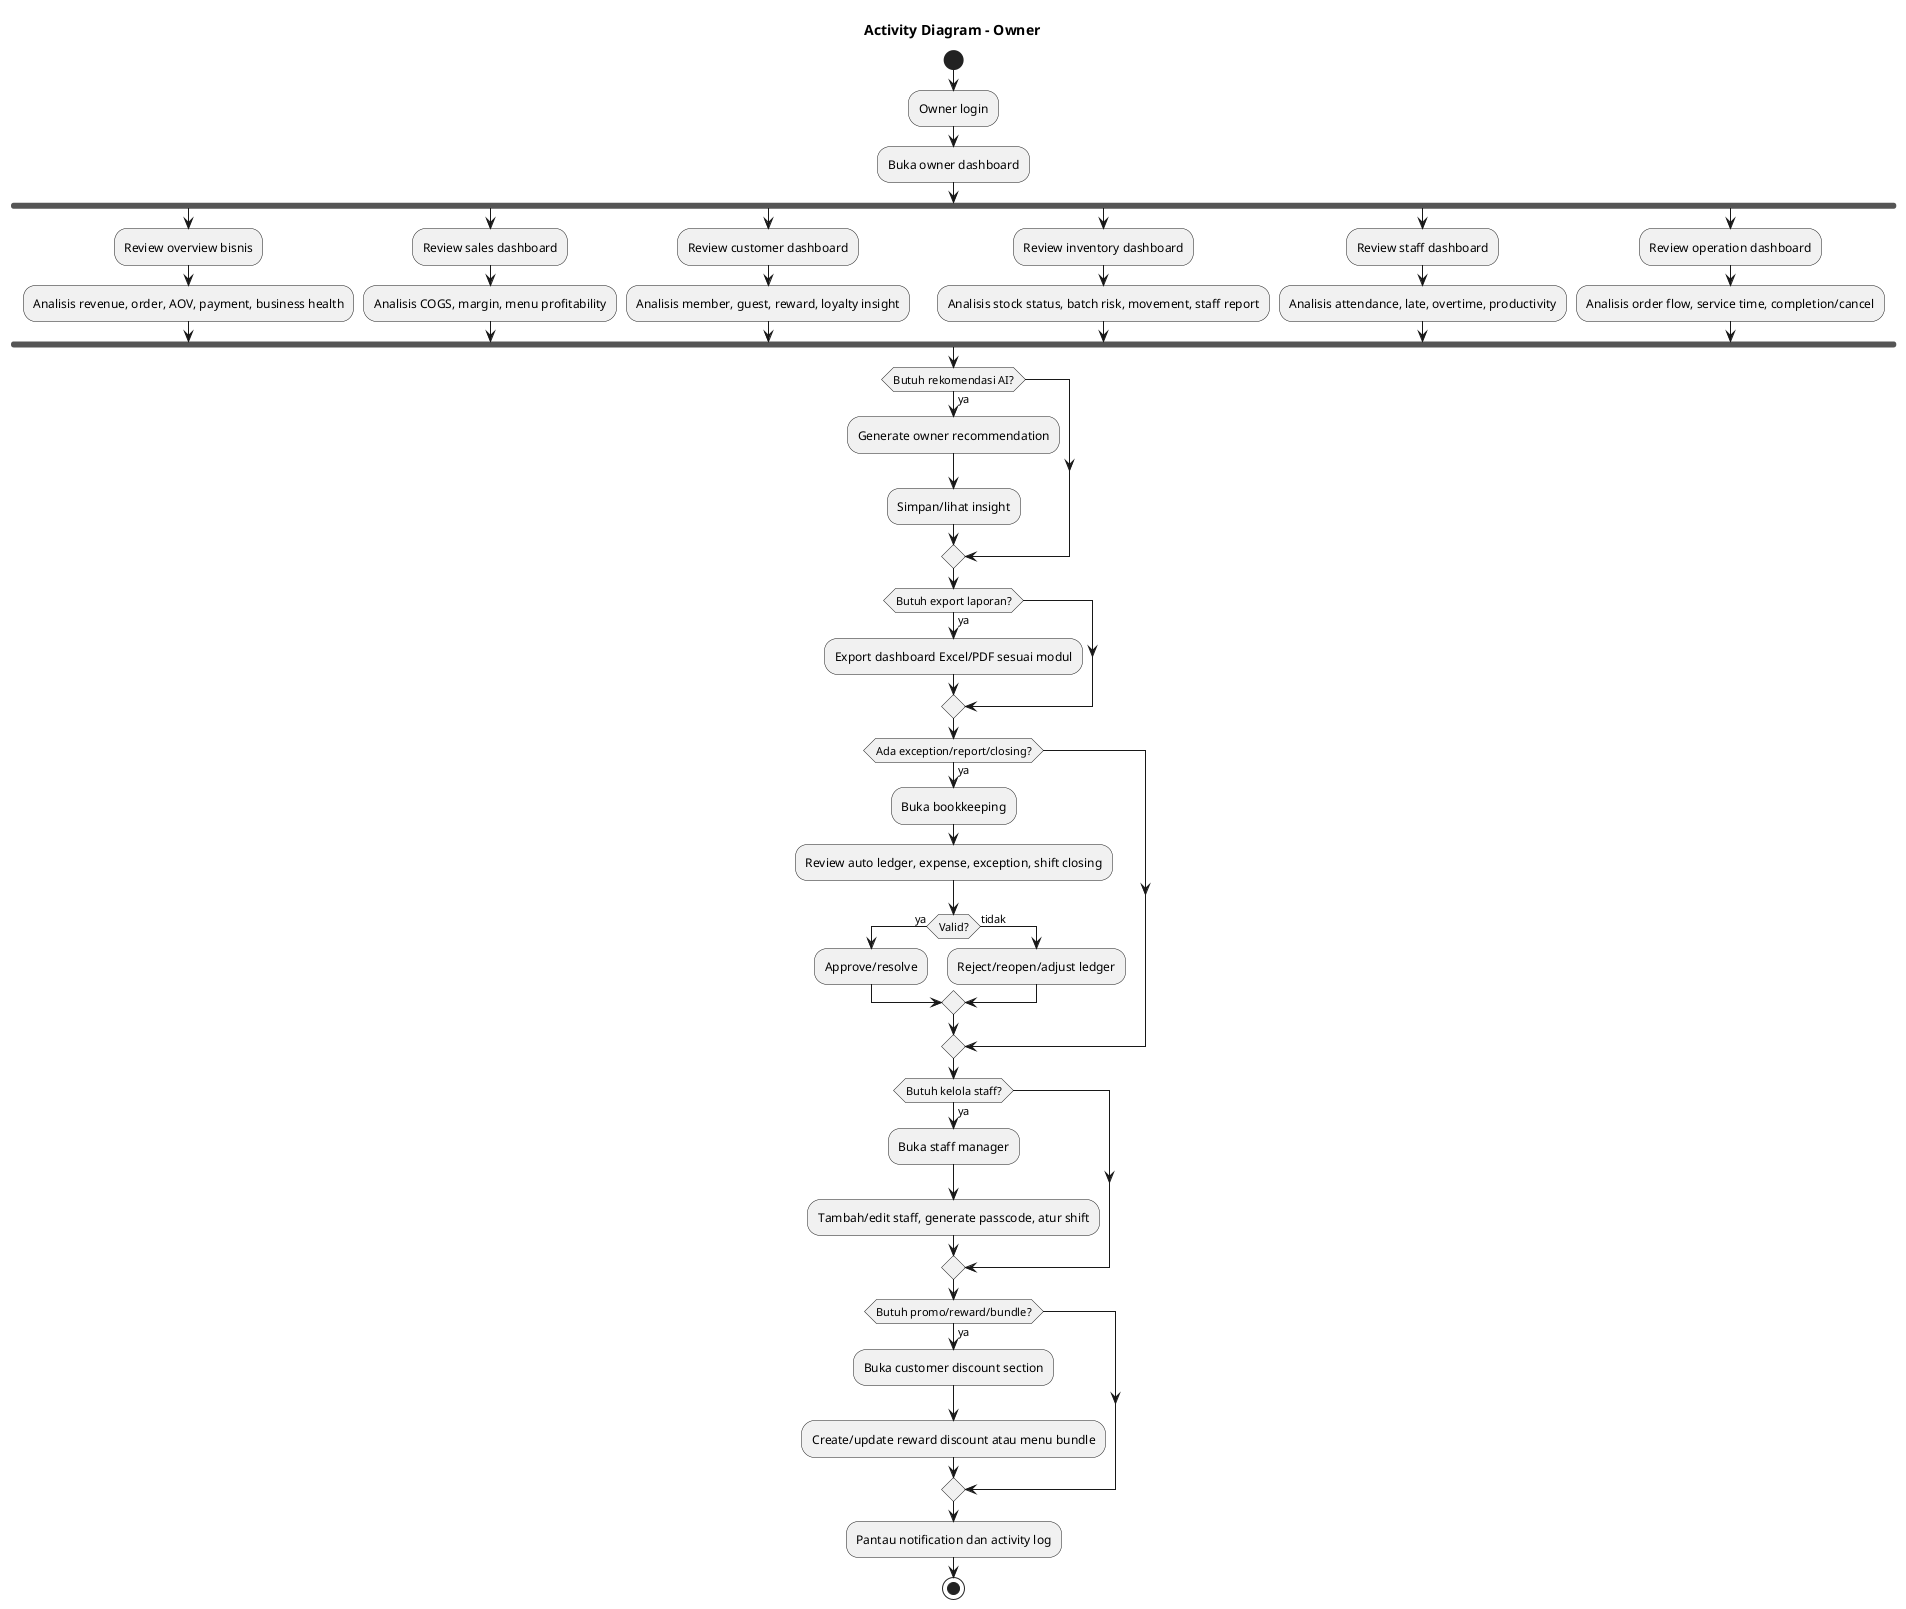
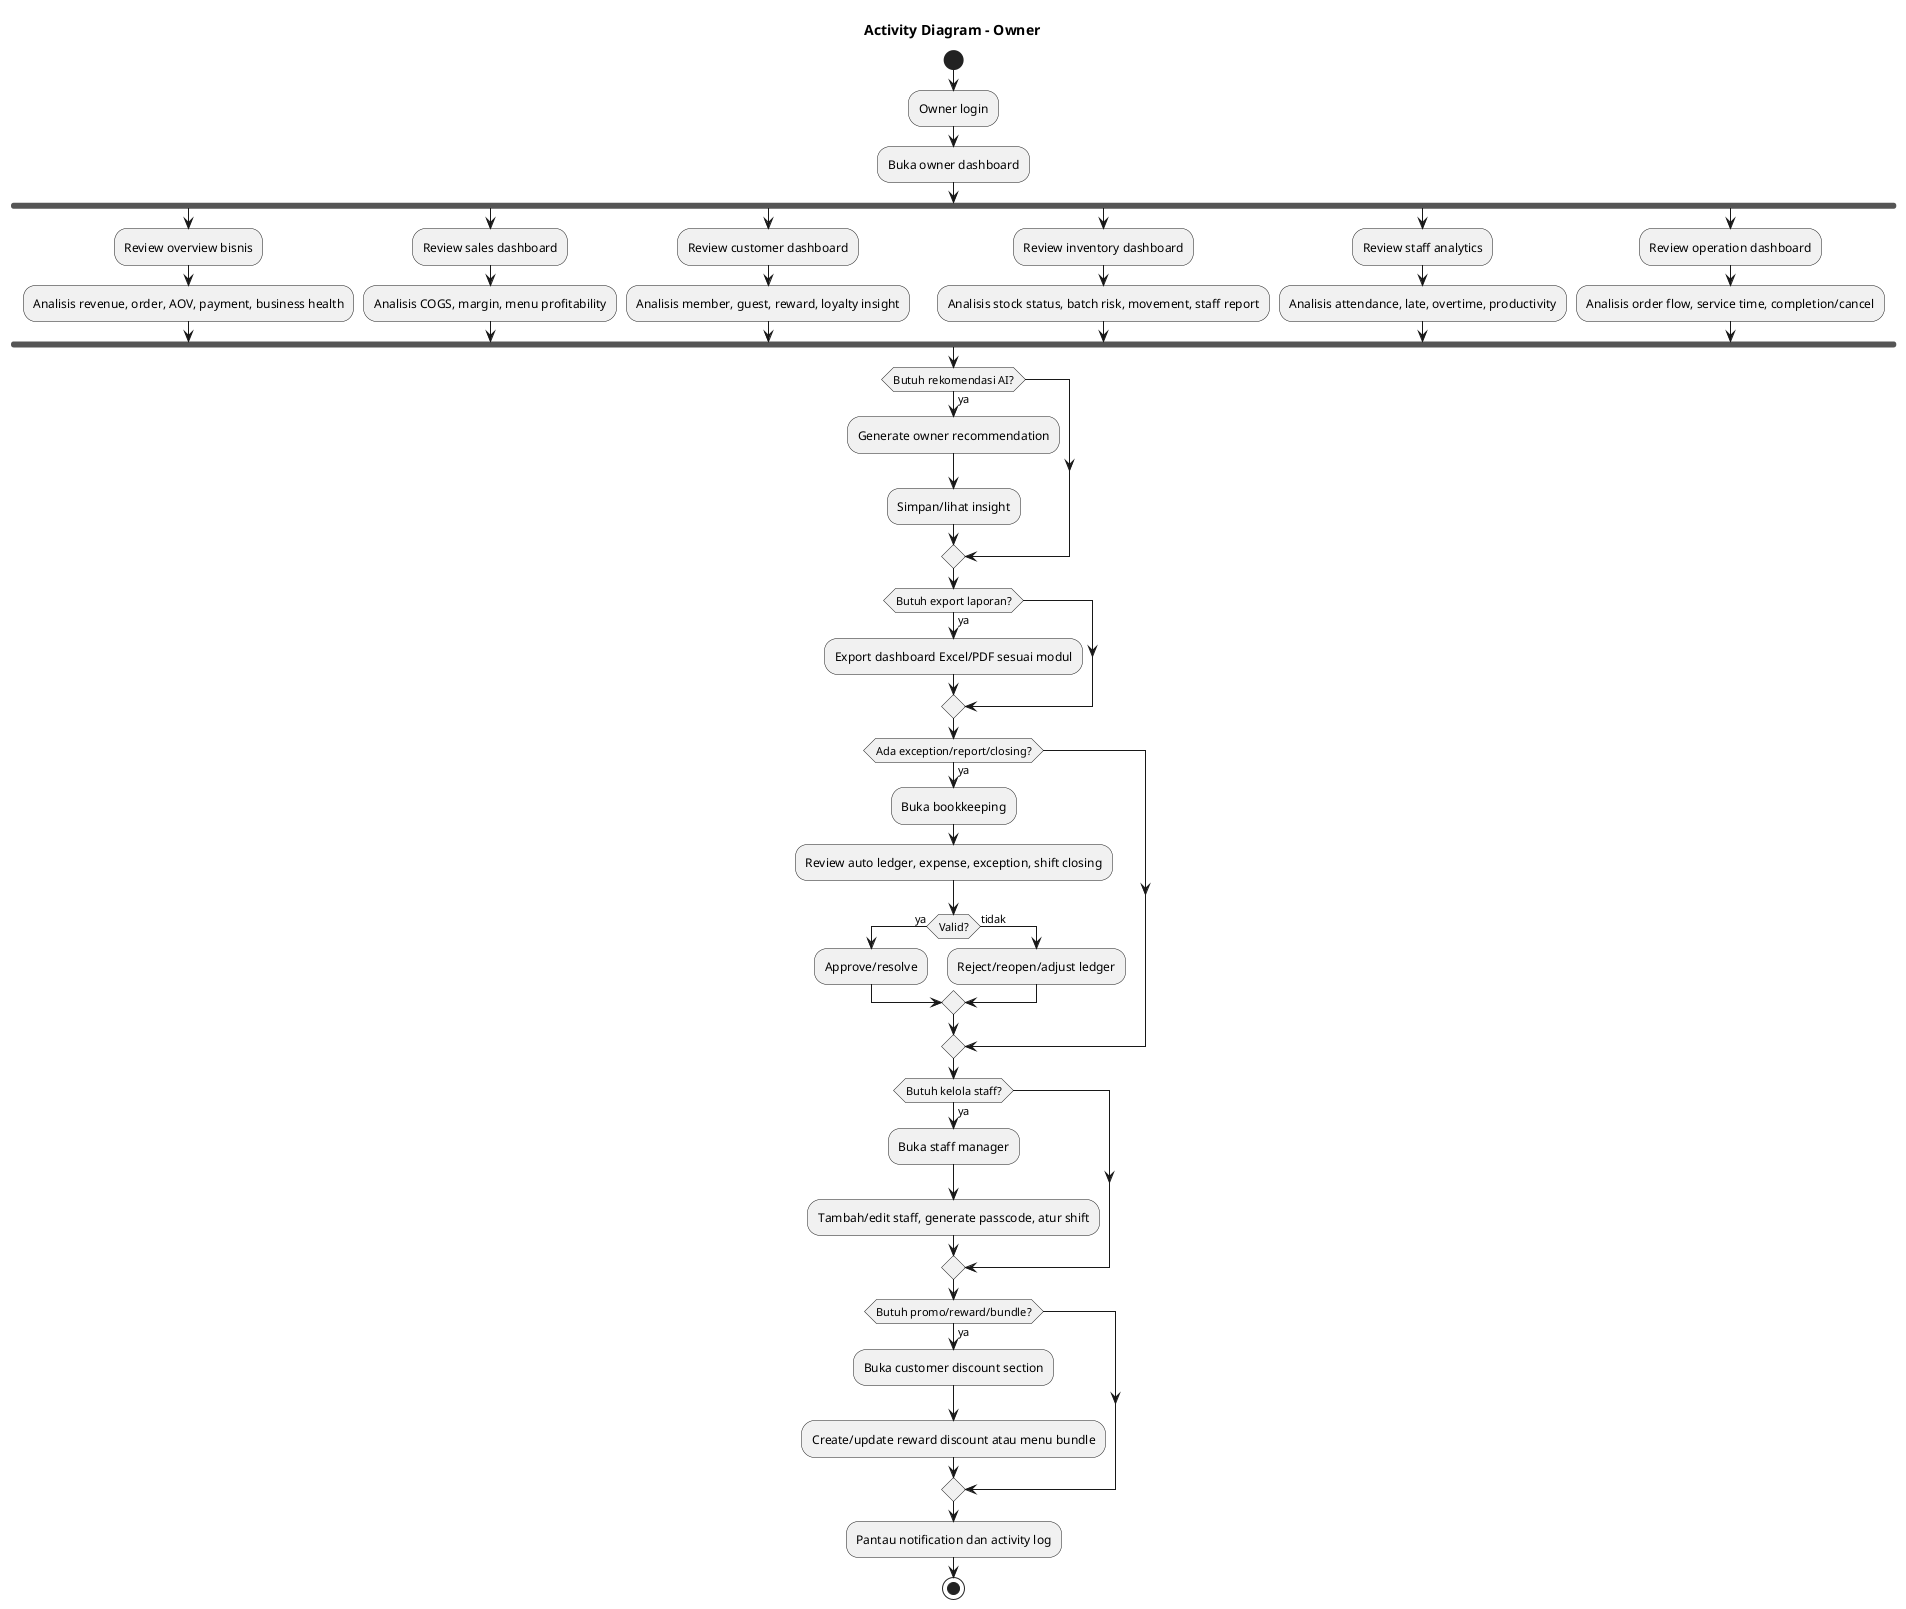
@startuml
title Activity Diagram - Owner

start
:Owner login;
:Buka owner dashboard;
fork
  :Review overview bisnis;
  :Analisis revenue, order, AOV, payment, business health;
fork again
  :Review sales dashboard;
  :Analisis COGS, margin, menu profitability;
fork again
  :Review customer dashboard;
  :Analisis member, guest, reward, loyalty insight;
fork again
  :Review inventory dashboard;
  :Analisis stock status, batch risk, movement, staff report;
fork again
-   :Review staff dashboard;
+   :Review staff analytics;
  :Analisis attendance, late, overtime, productivity;
fork again
  :Review operation dashboard;
  :Analisis order flow, service time, completion/cancel;
end fork

if (Butuh rekomendasi AI?) then (ya)
  :Generate owner recommendation;
  :Simpan/lihat insight;
endif

if (Butuh export laporan?) then (ya)
  :Export dashboard Excel/PDF sesuai modul;
endif

if (Ada exception/report/closing?) then (ya)
  :Buka bookkeeping;
  :Review auto ledger, expense, exception, shift closing;
  if (Valid?) then (ya)
    :Approve/resolve;
  else (tidak)
    :Reject/reopen/adjust ledger;
  endif
endif

if (Butuh kelola staff?) then (ya)
  :Buka staff manager;
  :Tambah/edit staff, generate passcode, atur shift;
endif

if (Butuh promo/reward/bundle?) then (ya)
  :Buka customer discount section;
  :Create/update reward discount atau menu bundle;
endif

:Pantau notification dan activity log;
stop
@enduml

@startuml
title Activity Diagram - Manager

start
:Manager login;
:Buka fitur operasional manager;

fork
  :Kelola menu;
  :CRUD kategori dan produk;
  :Atur variant group/option;
  :Upload foto menu;
fork again
  :Kelola inventory;
  :Tambah/update raw material;
  :Restock batch dengan supplier, expiry, receipt;
  if (Ada koreksi stok?) then (ya)
    :Input stock adjustment dengan alasan;
    :Catat usage transaction dan batch movement;
  endif
  :Atur recipe dan variant recipe adjustment;
  :Review usage history;
  :Review stock reports dari staff;
fork again
  :Kelola order;
  :Pantau order aktif;
  :Update status order/order item;
  if (Ada koreksi order?) then (ya)
    :Buat correction/cancel/refund;
    :Catat order_corrections dan adjustment bila perlu;
    :Catat exception/activity log;
  endif
fork again
  :Kelola table/floor;
  :CRUD floor dan meja;
  :Generate/regenerate QR table;
  :Update status/posisi meja;
fork again
-   :Kelola staff/reward/bookkeeping operations;
+   :Kelola staff dan closing;
  :Pantau staff dan attendance;
-   :Kelola reward bila diperlukan;
-   :Lihat shift closing/expense operational;
+   :Atur opening cash dan closing float;
+   :Review shift closing dan expense operational;
end fork

:Pantau manager notification;
stop
@enduml

@startuml
title Activity Diagram - Staff

start
:Staff login dengan passcode;
:Buka fitur operasional staff;

if (Mulai shift?) then (ya)
  :Clock in / presensi;
endif

if (Role kasir/barista menerima order langsung?) then (ya)
  :Buka POS;
  :Pilih product dan variant;
  :Buat order;
  :Proses payment;
  :Simpan orders, order_items, payment_transactions;
endif

:Buka order board;
:Pantau order aktif;
if (Ada cancel/refund/koreksi pesanan?) then (ya)
  :Ajukan order correction;
  :Catat order_corrections dan activity log;
endif
if (Item sudah dibuat?) then (ya)
  :Update item/order status;
  :Catat ready_at/served_at;
endif

if (Order selesai dan perlu deduct stock?) then (ya)
  :Generate usage_transactions;
  :Generate usage_transaction_details;
  :Update inventory atau kitchen ready stock sesuai recipe;
endif

if (Role kitchen/barista stock check?) then (ya)
  :Buka stock check/kitchen station;
  if (Butuh move to kitchen?) then (ya)
    :Pilih batch master inventory;
    :Move to kitchen;
    :Update inventory_batches dan inventory_items;
    :Insert kitchen_station_batches dan kitchen_station_movements;
  endif
  if (Butuh opened ingredient?) then (ya)
    :Open ingredient untuk bahan bulk/informal;
    :Catat kitchen_station_movements dan usage history;
  endif
  if (Ada waste/used up/report?) then (ya)
    :Submit stock report;
    :Mark waste atau mark used up;
    :Insert stock_reports dan movement terkait;
  endif
  if (Testing food/drink/ingredient?) then (ya)
    :Pilih test menu atau test ingredient;
    :Catat penggunaan sebagai COGS/usage history;
  endif
endif

if (Selesai shift?) then (ya)
  :Submit shift closing/cash closing bila diwajibkan;
  :Clock out;
endif

:Pantau staff notification;
stop
@enduml

@startuml
title Activity Diagram - Customer

start
if (Customer dari QR meja?) then (ya)
  :Scan QR table;
  :Validasi token meja;
  :Mulai table_session;
else (tidak)
  :Buka customer menu biasa;
endif

if (Customer login/register?) then (ya)
  :Login/register customer;
  :Sync profile customer;
endif

:Lihat menu dan bundle aktif;
if (Pilih variant?) then (ya)
  :Pilih variant option;
endif

:Masukkan item ke cart;
if (Pakai reward?) then (ya)
  :Buka rewards;
  :Redeem reward;
  :Apply reward ke checkout;
endif

:Checkout order;
:Simpan orders dan order_items;
if (Bayar QRIS?) then (ya)
  :Tampilkan QRIS;
  :Konfirmasi pembayaran di web;
  :Simpan payment_transactions;
endif
:Customer menunggu proses;

if (Ingin cek status?) then (ya)
  :Buka order tracking;
  :Lihat status order;
endif

if (Selesai makan / sesi berakhir?) then (ya)
  :End table_session;
endif

stop
@enduml
